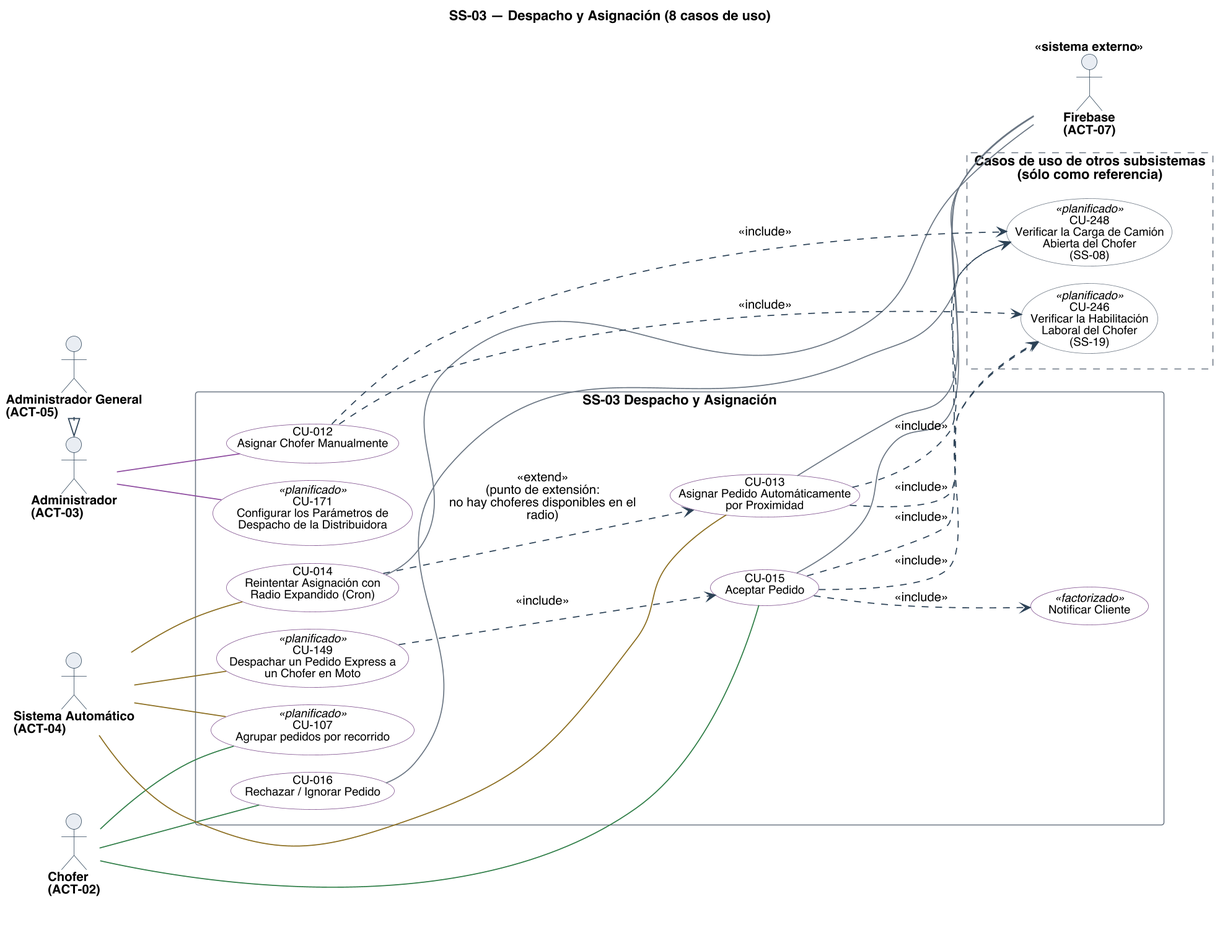
This is diagramas/uml/CU_SS-03_Despacho-Y-Asignacion.png from Nahuelito-Dev/splg-docs, a PlantUML export, as it was before one commit.
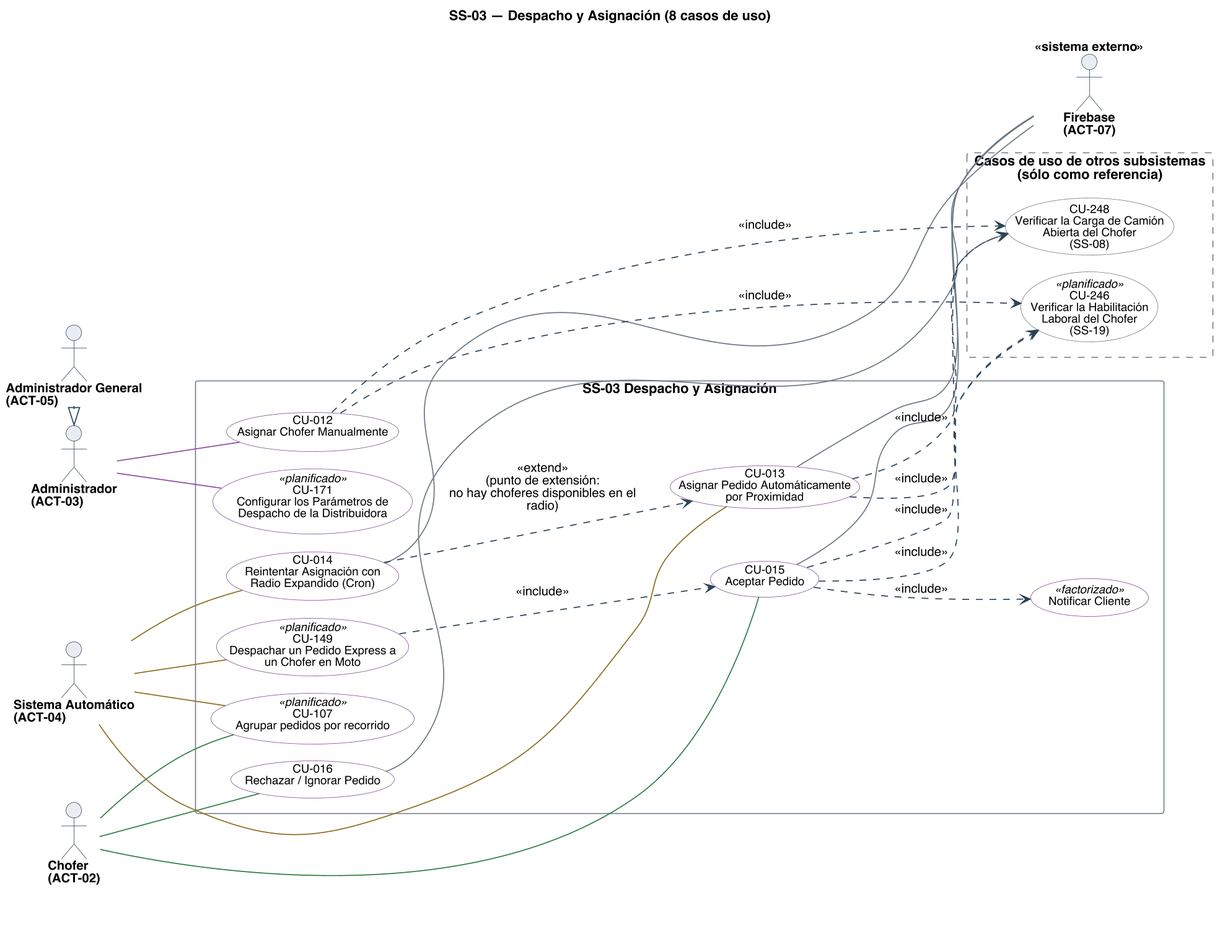
Above is the later version.

What changed in the source:
```diff
@@ -54,7 +54,7 @@
 
 rectangle "Casos de uso de otros subsistemas\n(sólo como referencia)" as OTROS #back:FFFFFF;line:6B7683;line.dashed {
   usecase "CU-246\nVerificar la Habilitación\nLaboral del Chofer\n(SS-19)" as U246 <<planificado>> #back:FFFFFF;line:6B7683
-  usecase "CU-248\nVerificar la Carga de Camión\nAbierta del Chofer\n(SS-08)" as U248 <<planificado>> #back:FFFFFF;line:6B7683
+  usecase "CU-248\nVerificar la Carga de Camión\nAbierta del Chofer\n(SS-08)" as U248 #back:FFFFFF;line:6B7683
 }
 
 A02 -[#2E7D46]- U015
```
